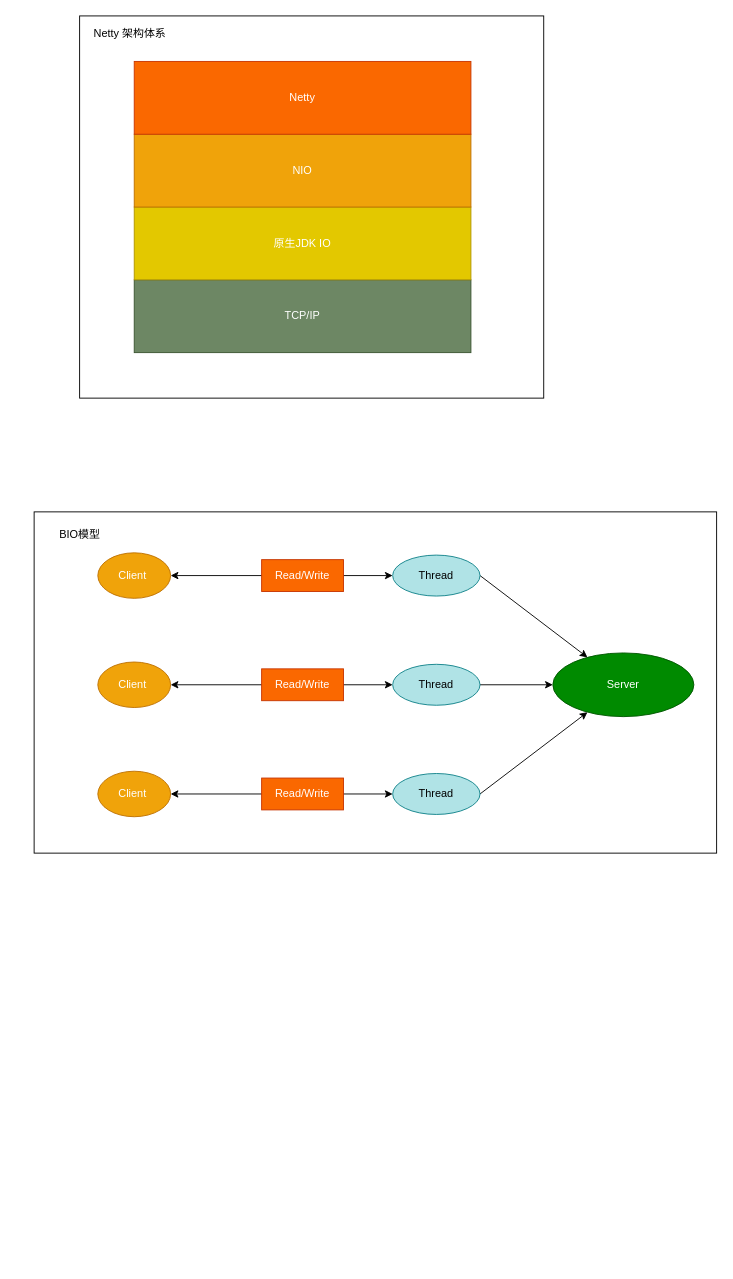
The draw.io diagram netty-stu.drawio in FifteenLab/test, before the edit. Source tidied: cells renumbered, new cells numbered last; positions are measured from the earlier drawing's top-left corner, leaving out a move shared by most shapes. Both pictures are drawn from the tidied source at 91%, with x=0, y=0 at pixel (34, 15).
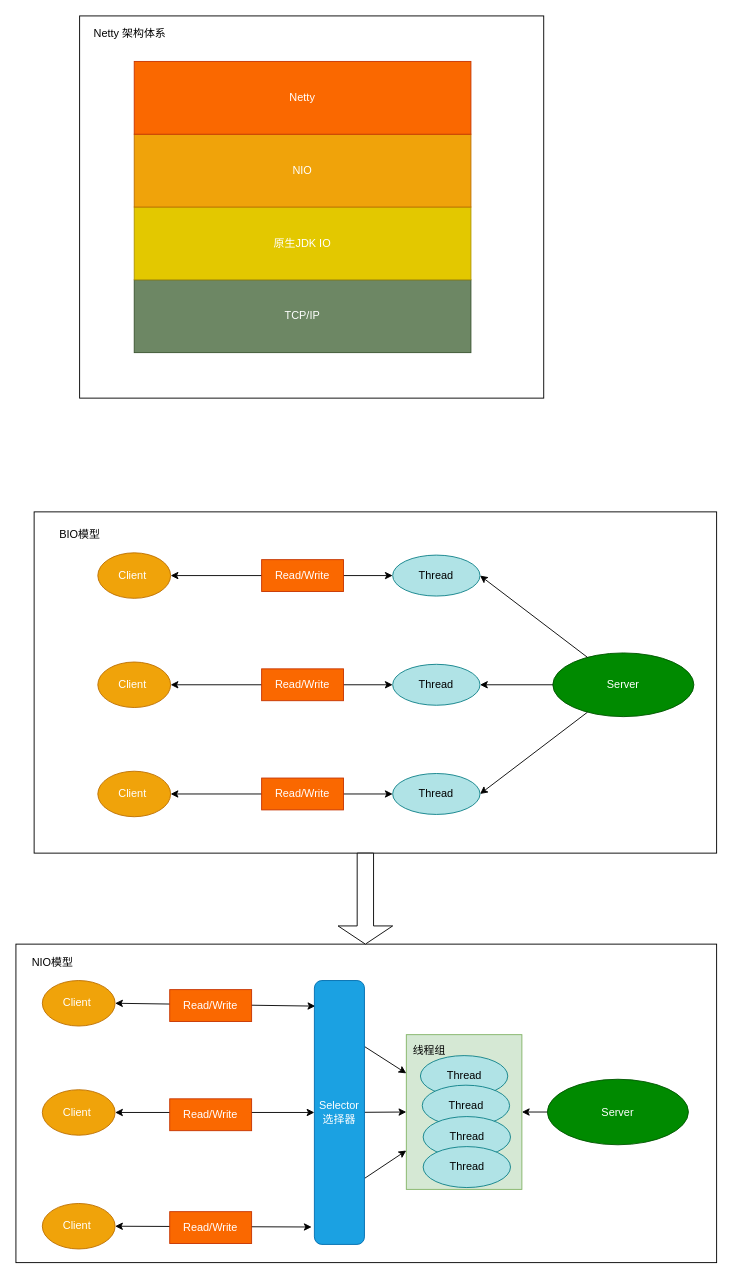
After the change.

The change refers to these unchanged cells:
```xml
<mxCell id="9" value="Server" style="ellipse;whiteSpace=wrap;html=1;fillColor=#008a00;strokeColor=#005700;fontColor=#ffffff;" parent="1" vertex="1">
  <mxGeometry x="570" y="700" width="155" height="70" as="geometry" />
</mxCell>
<mxCell id="13" value="Thread" style="ellipse;whiteSpace=wrap;html=1;fillColor=#b0e3e6;strokeColor=#0e8088;" parent="1" vertex="1">
  <mxGeometry x="394" y="592.5" width="96" height="45" as="geometry" />
</mxCell>
<mxCell id="18" value="Thread" style="ellipse;whiteSpace=wrap;html=1;fillColor=#b0e3e6;strokeColor=#0e8088;" parent="1" vertex="1">
  <mxGeometry x="394" y="712.5" width="96" height="45" as="geometry" />
</mxCell>
<mxCell id="23" value="Thread" style="ellipse;whiteSpace=wrap;html=1;fillColor=#b0e3e6;strokeColor=#0e8088;" parent="1" vertex="1">
  <mxGeometry x="394" y="832.5" width="96" height="45" as="geometry" />
</mxCell>
```

Change to the diagram source:
```diff
@@
+    <mxCell id="26" style="rounded=0;whiteSpace=wrap;html=1;" parent="1" vertex="1">
+      <mxGeometry x="-20" y="1020" width="770" height="350" as="geometry" />
+    </mxCell>
+    <mxCell id="27" style="rounded=0;whiteSpace=wrap;html=1;fillColor=#d5e8d4;strokeColor=#82b366;" parent="1" vertex="1">
+      <mxGeometry x="409" y="1119.5" width="127" height="170" as="geometry" />
+    </mxCell>
@@
-    <mxCell id="12" style="rounded=0;jettySize=auto;html=1;exitX=1;exitY=0.5;exitDx=0;exitDy=0;startArrow=none;startFill=0;" parent="1" edge="1" source="13" target="9">
+    <mxCell id="12" style="rounded=0;jettySize=auto;html=1;exitX=1;exitY=0.5;exitDx=0;exitDy=0;startArrow=classic;startFill=1;endArrow=none;endFill=0;" parent="1" edge="1" source="13" target="9">
       <mxGeometry relative="1" as="geometry" />
     </mxCell>
@@
-    <mxCell id="17" style="edgeStyle=none;rounded=0;jettySize=auto;html=1;exitX=1;exitY=0.5;exitDx=0;exitDy=0;entryX=0;entryY=0.5;entryDx=0;entryDy=0;startArrow=none;startFill=0;" parent="1" edge="1" source="18" target="9">
+    <mxCell id="17" style="edgeStyle=none;rounded=0;jettySize=auto;html=1;exitX=1;exitY=0.5;exitDx=0;exitDy=0;entryX=0;entryY=0.5;entryDx=0;entryDy=0;startArrow=classic;startFill=1;endArrow=none;endFill=0;" parent="1" edge="1" source="18" target="9">
       <mxGeometry relative="1" as="geometry" />
     </mxCell>
@@
-    <mxCell id="22" style="edgeStyle=none;rounded=0;jettySize=auto;html=1;exitX=1;exitY=0.5;exitDx=0;exitDy=0;startArrow=none;startFill=0;" parent="1" edge="1" source="23" target="9">
+    <mxCell id="22" style="edgeStyle=none;rounded=0;jettySize=auto;html=1;exitX=1;exitY=0.5;exitDx=0;exitDy=0;startArrow=classic;startFill=1;endArrow=none;endFill=0;" parent="1" edge="1" source="23" target="9">
       <mxGeometry relative="1" as="geometry" />
     </mxCell>
@@
+    <mxCell id="28" style="shape=singleArrow;direction=south;whiteSpace=wrap;html=1;" parent="1" vertex="1">
+      <mxGeometry x="334" y="920" width="60" height="100" as="geometry" />
+    </mxCell>
+    <mxCell id="29" style="edgeStyle=none;rounded=0;jettySize=auto;html=1;exitX=0;exitY=0.5;exitDx=0;exitDy=0;entryX=1;entryY=0.5;entryDx=0;entryDy=0;startArrow=none;startFill=0;endArrow=classic;endFill=1;" parent="1" edge="1" source="30" target="27">
+      <mxGeometry relative="1" as="geometry" />
+    </mxCell>
+    <mxCell id="30" value="Server" style="ellipse;whiteSpace=wrap;html=1;fillColor=#008a00;strokeColor=#005700;fontColor=#ffffff;" parent="1" vertex="1">
+      <mxGeometry x="564" y="1168.5" width="155" height="72" as="geometry" />
+    </mxCell>
+    <mxCell id="31" style="edgeStyle=none;rounded=0;jettySize=auto;html=1;exitX=1;exitY=0.5;exitDx=0;exitDy=0;entryX=0.018;entryY=0.097;entryDx=0;entryDy=0;entryPerimeter=0;startArrow=classic;startFill=1;endArrow=classic;endFill=1;" parent="1" edge="1" source="32" target="47">
+      <mxGeometry relative="1" as="geometry" />
+    </mxCell>
+    <mxCell id="32" value="Client&amp;nbsp;" style="ellipse;whiteSpace=wrap;html=1;fillColor=#f0a30a;strokeColor=#BD7000;fontColor=#ffffff;" parent="1" vertex="1">
+      <mxGeometry x="9" y="1060" width="80" height="50" as="geometry" />
+    </mxCell>
+    <mxCell id="33" value="Thread" style="ellipse;whiteSpace=wrap;html=1;fillColor=#b0e3e6;strokeColor=#0e8088;" parent="1" vertex="1">
+      <mxGeometry x="424.5" y="1142.5" width="96" height="45" as="geometry" />
+    </mxCell>
+    <mxCell id="34" value="Read/Write" style="rounded=0;whiteSpace=wrap;html=1;fillColor=#fa6800;strokeColor=#C73500;fontColor=#ffffff;" parent="1" vertex="1">
+      <mxGeometry x="149" y="1070" width="90" height="35" as="geometry" />
+    </mxCell>
+    <mxCell id="35" style="edgeStyle=none;rounded=0;jettySize=auto;html=1;exitX=1;exitY=0.5;exitDx=0;exitDy=0;entryX=0;entryY=0.5;entryDx=0;entryDy=0;startArrow=classic;startFill=1;endArrow=classic;endFill=1;" parent="1" edge="1" source="36" target="47">
+      <mxGeometry relative="1" as="geometry" />
+    </mxCell>
+    <mxCell id="36" value="Client&amp;nbsp;" style="ellipse;whiteSpace=wrap;html=1;fillColor=#f0a30a;strokeColor=#BD7000;fontColor=#ffffff;" parent="1" vertex="1">
+      <mxGeometry x="9" y="1180" width="80" height="50" as="geometry" />
+    </mxCell>
+    <mxCell id="37" value="Thread" style="ellipse;whiteSpace=wrap;html=1;fillColor=#b0e3e6;strokeColor=#0e8088;" parent="1" vertex="1">
+      <mxGeometry x="426.5" y="1175" width="96" height="45" as="geometry" />
+    </mxCell>
+    <mxCell id="38" value="Read/Write" style="rounded=0;whiteSpace=wrap;html=1;fillColor=#fa6800;strokeColor=#C73500;fontColor=#ffffff;" parent="1" vertex="1">
+      <mxGeometry x="149" y="1190" width="90" height="35" as="geometry" />
+    </mxCell>
+    <mxCell id="39" style="edgeStyle=none;rounded=0;jettySize=auto;html=1;exitX=1;exitY=0.5;exitDx=0;exitDy=0;entryX=-0.055;entryY=0.934;entryDx=0;entryDy=0;entryPerimeter=0;startArrow=classic;startFill=1;endArrow=classic;endFill=1;" parent="1" edge="1" source="40" target="47">
+      <mxGeometry relative="1" as="geometry" />
+    </mxCell>
+    <mxCell id="40" value="Client&amp;nbsp;" style="ellipse;whiteSpace=wrap;html=1;fillColor=#f0a30a;strokeColor=#BD7000;fontColor=#ffffff;" parent="1" vertex="1">
+      <mxGeometry x="9" y="1305" width="80" height="50" as="geometry" />
+    </mxCell>
+    <mxCell id="41" value="Thread" style="ellipse;whiteSpace=wrap;html=1;fillColor=#b0e3e6;strokeColor=#0e8088;" parent="1" vertex="1">
+      <mxGeometry x="427.5" y="1209.5" width="96" height="45" as="geometry" />
+    </mxCell>
+    <mxCell id="42" value="Read/Write" style="rounded=0;whiteSpace=wrap;html=1;fillColor=#fa6800;strokeColor=#C73500;fontColor=#ffffff;" parent="1" vertex="1">
+      <mxGeometry x="149" y="1314" width="90" height="35" as="geometry" />
+    </mxCell>
+    <mxCell id="43" value="NIO模型" style="text;html=1;align=center;verticalAlign=middle;" parent="1" vertex="1">
+      <mxGeometry x="-10" y="1030" width="60" height="20" as="geometry" />
+    </mxCell>
+    <mxCell id="44" style="edgeStyle=none;rounded=0;jettySize=auto;html=1;exitX=1;exitY=0.25;exitDx=0;exitDy=0;entryX=0;entryY=0.25;entryDx=0;entryDy=0;startArrow=none;startFill=0;endArrow=classic;endFill=1;" parent="1" edge="1" source="47" target="27">
+      <mxGeometry relative="1" as="geometry" />
+    </mxCell>
+    <mxCell id="45" style="edgeStyle=none;rounded=0;jettySize=auto;html=1;exitX=1;exitY=0.75;exitDx=0;exitDy=0;startArrow=none;startFill=0;endArrow=classic;endFill=1;" parent="1" edge="1" source="47" target="27">
+      <mxGeometry relative="1" as="geometry" />
+    </mxCell>
+    <mxCell id="46" style="edgeStyle=none;rounded=0;jettySize=auto;html=1;entryX=0;entryY=0.5;entryDx=0;entryDy=0;startArrow=none;startFill=0;endArrow=classic;endFill=1;" parent="1" edge="1" source="47" target="27">
+      <mxGeometry relative="1" as="geometry" />
+    </mxCell>
+    <mxCell id="47" value="Selector&lt;br&gt;选择器" style="rounded=1;whiteSpace=wrap;html=1;fillColor=#1ba1e2;strokeColor=#006EAF;fontColor=#ffffff;" parent="1" vertex="1">
+      <mxGeometry x="308" y="1060" width="55" height="290" as="geometry" />
+    </mxCell>
+    <mxCell id="48" value="线程组" style="text;html=1;align=center;verticalAlign=middle;" parent="1" vertex="1">
+      <mxGeometry x="409" y="1126.5" width="50" height="20" as="geometry" />
+    </mxCell>
+    <mxCell id="49" value="Thread" style="ellipse;whiteSpace=wrap;html=1;fillColor=#b0e3e6;strokeColor=#0e8088;" parent="1" vertex="1">
+      <mxGeometry x="427.5" y="1242.5" width="96" height="45" as="geometry" />
+    </mxCell>
```
